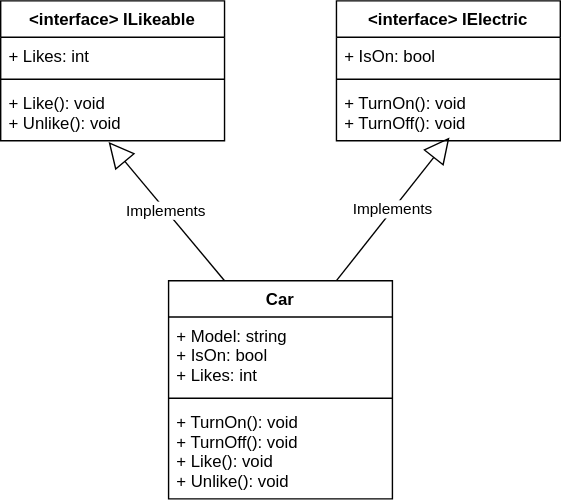
ucudal/PII_Conceptos_de_POO keeps this draw.io diagram as Assets/Car+IElectric+ILikeable.svg. Above is the earlier version. Source tidied: cells renumbered, new cells last; positions are measured from the earlier drawing's top-left corner, leaving out a move shared by most shapes.
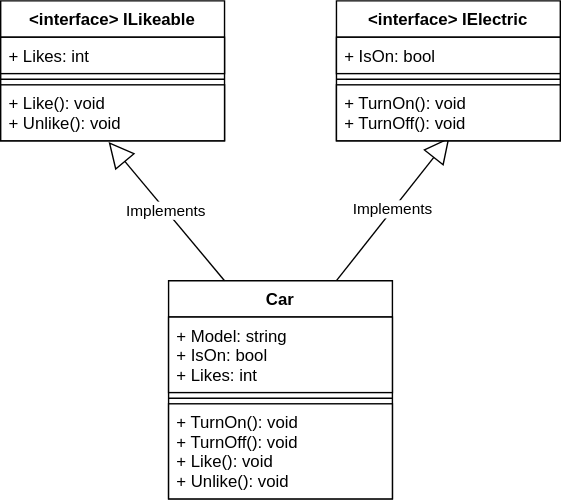
The same diagram one commit later.

Commit message:
Added UML diagrams

Diff of the diagram source:
```diff
@@ -2,46 +2,46 @@
   <root>
     <mxCell id="0" />
     <mxCell id="1" parent="0" />
-    <mxCell id="2" value="&lt;interface&gt; ILikeable" style="swimlane;fontStyle=1;align=center;verticalAlign=top;horizontal=1;startSize=26;" parent="1" vertex="1">
+    <mxCell id="2" value="&lt;interface&gt; ILikeable" style="swimlane;fontStyle=1;align=center;verticalAlign=top;horizontal=1;startSize=26;fillColor=#FFFFFF;fontColor=#000000;strokeColor=#000000;" parent="1" vertex="1">
       <mxGeometry width="160" height="100" as="geometry" />
     </mxCell>
-    <mxCell id="3" value="+ Likes: int" style="text;strokeColor=none;fillColor=none;align=left;verticalAlign=top;spacingLeft=4;spacingRight=4;overflow=hidden;" parent="2" vertex="1">
+    <mxCell id="3" value="+ Likes: int" style="text;align=left;verticalAlign=top;spacingLeft=4;spacingRight=4;overflow=hidden;fillColor=#FFFFFF;fontColor=#000000;strokeColor=#000000;" parent="2" vertex="1">
       <mxGeometry y="26" width="160" height="26" as="geometry" />
     </mxCell>
-    <mxCell id="4" style="line;strokeWidth=1;fillColor=none;align=left;verticalAlign=middle;spacingTop=-1;spacingLeft=3;spacingRight=3;labelPosition=right;" parent="2" vertex="1">
+    <mxCell id="4" style="line;strokeWidth=1;align=left;verticalAlign=middle;spacingTop=-1;spacingLeft=3;spacingRight=3;labelPosition=right;fillColor=#FFFFFF;fontColor=#000000;strokeColor=#000000;" parent="2" vertex="1">
       <mxGeometry y="52" width="160" height="8" as="geometry" />
     </mxCell>
-    <mxCell id="5" value="+ Like(): void&#10;+ Unlike(): void" style="text;strokeColor=none;fillColor=none;align=left;verticalAlign=top;spacingLeft=4;spacingRight=4;overflow=hidden;points=[[0,0.5],[1,0.5]];portConstraint=eastwest;" parent="2" vertex="1">
+    <mxCell id="5" value="+ Like(): void&#10;+ Unlike(): void" style="text;align=left;verticalAlign=top;spacingLeft=4;spacingRight=4;overflow=hidden;points=[[0,0.5],[1,0.5]];portConstraint=eastwest;fillColor=#FFFFFF;fontColor=#000000;strokeColor=#000000;" parent="2" vertex="1">
       <mxGeometry y="60" width="160" height="40" as="geometry" />
     </mxCell>
-    <mxCell id="6" value="Car" style="swimlane;fontStyle=1;align=center;verticalAlign=top;horizontal=1;startSize=26;" parent="1" vertex="1">
+    <mxCell id="6" value="Car" style="swimlane;fontStyle=1;align=center;verticalAlign=top;horizontal=1;startSize=26;fillColor=#FFFFFF;fontColor=#000000;strokeColor=#000000;" parent="1" vertex="1">
       <mxGeometry x="120" y="200" width="160" height="156" as="geometry" />
     </mxCell>
-    <mxCell id="7" value="+ Model: string&#10;+ IsOn: bool&#10;+ Likes: int" style="text;strokeColor=none;fillColor=none;align=left;verticalAlign=top;spacingLeft=4;spacingRight=4;overflow=hidden;" parent="6" vertex="1">
+    <mxCell id="7" value="+ Model: string&#10;+ IsOn: bool&#10;+ Likes: int" style="text;align=left;verticalAlign=top;spacingLeft=4;spacingRight=4;overflow=hidden;fillColor=#FFFFFF;fontColor=#000000;strokeColor=#000000;" parent="6" vertex="1">
       <mxGeometry y="26" width="160" height="54" as="geometry" />
     </mxCell>
-    <mxCell id="8" style="line;strokeWidth=1;fillColor=none;align=left;verticalAlign=middle;spacingTop=-1;spacingLeft=3;spacingRight=3;labelPosition=right;" parent="6" vertex="1">
+    <mxCell id="8" style="line;strokeWidth=1;align=left;verticalAlign=middle;spacingTop=-1;spacingLeft=3;spacingRight=3;labelPosition=right;fillColor=#FFFFFF;fontColor=#000000;strokeColor=#000000;" parent="6" vertex="1">
       <mxGeometry y="80" width="160" height="8" as="geometry" />
     </mxCell>
-    <mxCell id="9" value="+ TurnOn(): void&#10;+ TurnOff(): void&#10;+ Like(): void&#10;+ Unlike(): void" style="text;strokeColor=none;fillColor=none;align=left;verticalAlign=top;spacingLeft=4;spacingRight=4;overflow=hidden;" parent="6" vertex="1">
+    <mxCell id="9" value="+ TurnOn(): void&#10;+ TurnOff(): void&#10;+ Like(): void&#10;+ Unlike(): void" style="text;align=left;verticalAlign=top;spacingLeft=4;spacingRight=4;overflow=hidden;fillColor=#FFFFFF;fontColor=#000000;strokeColor=#000000;" parent="6" vertex="1">
       <mxGeometry y="88" width="160" height="68" as="geometry" />
     </mxCell>
-    <mxCell id="10" value="Implements" style="endArrow=block;endSize=16;endFill=0;html=1;exitX=0.75;exitY=0;exitDx=0;exitDy=0;entryX=0.505;entryY=0.94;entryDx=0;entryDy=0;entryPerimeter=0;" parent="1" edge="1" source="6" target="15">
+    <mxCell id="10" value="Implements" style="endArrow=block;endSize=16;endFill=0;html=1;exitX=0.75;exitY=0;exitDx=0;exitDy=0;entryX=0.505;entryY=0.94;entryDx=0;entryDy=0;entryPerimeter=0;fontColor=#000000;strokeColor=#000000;" parent="1" edge="1" source="6" target="15">
       <mxGeometry relative="1" as="geometry" />
     </mxCell>
-    <mxCell id="11" value="Implements" style="endArrow=block;endSize=16;endFill=0;html=1;entryX=0.482;entryY=1.02;entryDx=0;entryDy=0;entryPerimeter=0;exitX=0.25;exitY=0;exitDx=0;exitDy=0;" parent="1" edge="1" source="6" target="5">
+    <mxCell id="11" value="Implements" style="endArrow=block;endSize=16;endFill=0;html=1;entryX=0.482;entryY=1.02;entryDx=0;entryDy=0;entryPerimeter=0;exitX=0.25;exitY=0;exitDx=0;exitDy=0;fontColor=#000000;strokeColor=#000000;" parent="1" edge="1" source="6" target="5">
       <mxGeometry relative="1" as="geometry" />
     </mxCell>
-    <mxCell id="12" value="&lt;interface&gt; IElectric" style="swimlane;fontStyle=1;align=center;verticalAlign=top;horizontal=1;startSize=26;" parent="1" vertex="1">
+    <mxCell id="12" value="&lt;interface&gt; IElectric" style="swimlane;fontStyle=1;align=center;verticalAlign=top;horizontal=1;startSize=26;fillColor=#FFFFFF;fontColor=#000000;strokeColor=#000000;" parent="1" vertex="1">
       <mxGeometry x="240" width="160" height="100" as="geometry" />
     </mxCell>
-    <mxCell id="13" value="+ IsOn: bool" style="text;strokeColor=none;fillColor=none;align=left;verticalAlign=top;spacingLeft=4;spacingRight=4;overflow=hidden;" parent="12" vertex="1">
+    <mxCell id="13" value="+ IsOn: bool" style="text;align=left;verticalAlign=top;spacingLeft=4;spacingRight=4;overflow=hidden;fillColor=#FFFFFF;fontColor=#000000;strokeColor=#000000;" parent="12" vertex="1">
       <mxGeometry y="26" width="160" height="26" as="geometry" />
     </mxCell>
-    <mxCell id="14" style="line;strokeWidth=1;fillColor=none;align=left;verticalAlign=middle;spacingTop=-1;spacingLeft=3;spacingRight=3;labelPosition=right;" parent="12" vertex="1">
+    <mxCell id="14" style="line;strokeWidth=1;align=left;verticalAlign=middle;spacingTop=-1;spacingLeft=3;spacingRight=3;labelPosition=right;fillColor=#FFFFFF;fontColor=#000000;strokeColor=#000000;" parent="12" vertex="1">
       <mxGeometry y="52" width="160" height="8" as="geometry" />
     </mxCell>
-    <mxCell id="15" value="+ TurnOn(): void&#10;+ TurnOff(): void" style="text;strokeColor=none;fillColor=none;align=left;verticalAlign=top;spacingLeft=4;spacingRight=4;overflow=hidden;points=[[0,0.5],[1,0.5]];portConstraint=eastwest;" parent="12" vertex="1">
+    <mxCell id="15" value="+ TurnOn(): void&#10;+ TurnOff(): void" style="text;align=left;verticalAlign=top;spacingLeft=4;spacingRight=4;overflow=hidden;points=[[0,0.5],[1,0.5]];portConstraint=eastwest;fillColor=#FFFFFF;fontColor=#000000;strokeColor=#000000;" parent="12" vertex="1">
       <mxGeometry y="60" width="160" height="40" as="geometry" />
     </mxCell>
   </root>
```
